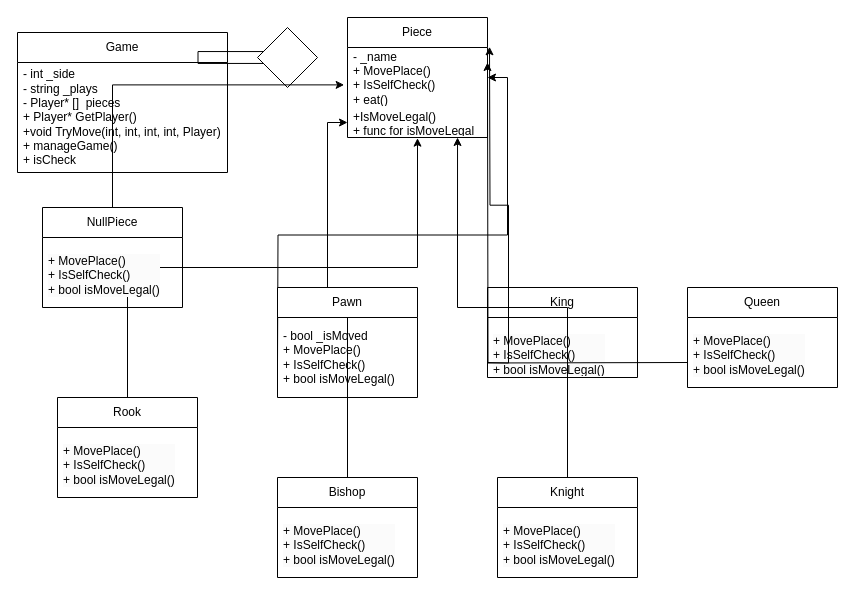
Earlier version of the draw.io diagram desing.drawio (YaelB2111/Check-Mate_project). Source tidied: cells renumbered, new cells numbered last; positions are measured from the earlier drawing's top-left corner, leaving out a move shared by most shapes. Both pictures are drawn from the tidied source at 100%, with x=0, y=0 at pixel (17, 17).
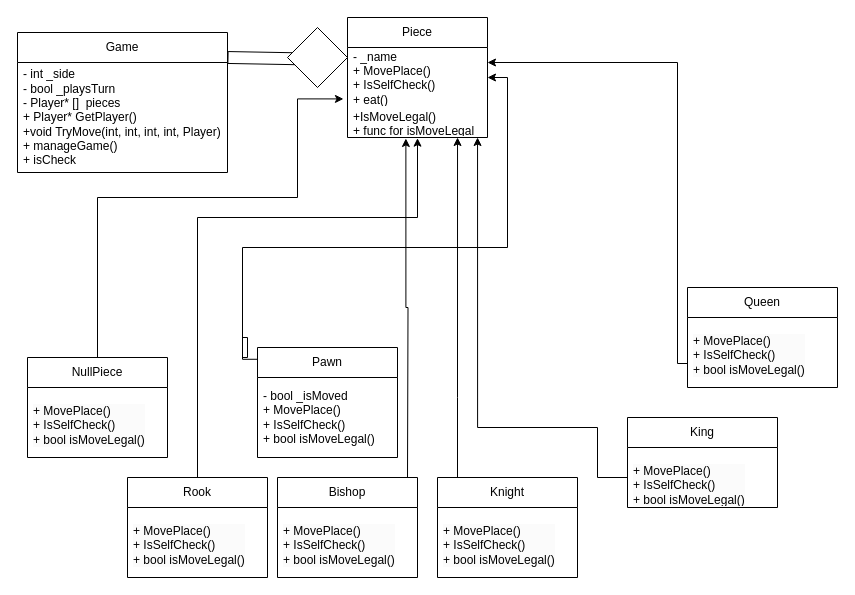
Above is the later version.

Unchanged cells that the change refers to:
```xml
<mxCell id="3" value="&lt;div&gt;- _name&lt;/div&gt;+ MovePlace()&lt;div&gt;+ IsSelfCheck()&lt;/div&gt;&lt;div&gt;+ eat()&lt;/div&gt;" style="text;strokeColor=none;fillColor=none;align=left;verticalAlign=middle;spacingLeft=4;spacingRight=4;overflow=hidden;points=[[0,0.5],[1,0.5]];portConstraint=eastwest;whiteSpace=wrap;html=1;" parent="2" vertex="1">
  <mxGeometry y="30" width="140" height="60" as="geometry" />
</mxCell>
<mxCell id="4" value="+IsMoveLegal()&lt;div&gt;+ func for isMoveLegal&lt;/div&gt;" style="text;strokeColor=none;fillColor=none;align=left;verticalAlign=middle;spacingLeft=4;spacingRight=4;overflow=hidden;points=[[0,0.5],[1,0.5]];portConstraint=eastwest;whiteSpace=wrap;html=1;" parent="2" vertex="1">
  <mxGeometry y="90" width="140" height="30" as="geometry" />
</mxCell>
<mxCell id="6" value="&#10;&lt;div style=&quot;forced-color-adjust: none; color: rgb(0, 0, 0); font-family: Helvetica; font-size: 12px; font-style: normal; font-variant-ligatures: normal; font-variant-caps: normal; font-weight: 400; letter-spacing: normal; orphans: 2; text-align: left; text-indent: 0px; text-transform: none; widows: 2; word-spacing: 0px; -webkit-text-stroke-width: 0px; white-space: normal; background-color: rgb(251, 251, 251); text-decoration-thickness: initial; text-decoration-style: initial; text-decoration-color: initial;&quot;&gt;+ MovePlace()&lt;div style=&quot;forced-color-adjust: none;&quot;&gt;+ IsSelfCheck()&lt;/div&gt;&lt;/div&gt;&lt;div style=&quot;forced-color-adjust: none; color: rgb(0, 0, 0); font-family: Helvetica; font-size: 12px; font-style: normal; font-variant-ligatures: normal; font-variant-caps: normal; font-weight: 400; letter-spacing: normal; orphans: 2; text-align: left; text-indent: 0px; text-transform: none; widows: 2; word-spacing: 0px; -webkit-text-stroke-width: 0px; white-space: normal; background-color: rgb(251, 251, 251); text-decoration-thickness: initial; text-decoration-style: initial; text-decoration-color: initial;&quot;&gt;+ bool isMoveLegal()&lt;/div&gt;&#10;&#10;" style="text;strokeColor=none;fillColor=none;align=left;verticalAlign=middle;spacingLeft=4;spacingRight=4;overflow=hidden;points=[[0,0.5],[1,0.5]];portConstraint=eastwest;whiteSpace=wrap;html=1;" parent="5" vertex="1">
  <mxGeometry y="30" width="150" height="60" as="geometry" />
</mxCell>
<mxCell id="12" value="Bishop" style="swimlane;fontStyle=0;horizontal=1;startSize=30;whiteSpace=wrap;html=1;" parent="1" vertex="1">
  <mxGeometry x="260" y="460" width="140" height="100" as="geometry" />
</mxCell>
<mxCell id="23" value="Game" style="swimlane;fontStyle=0;horizontal=1;startSize=30;whiteSpace=wrap;html=1;" parent="1" vertex="1">
  <mxGeometry y="15" width="210" height="140" as="geometry" />
</mxCell>
```

Diff of the diagram source:
```diff
@@
     <mxCell id="5" value="King" style="swimlane;fontStyle=0;horizontal=1;startSize=30;whiteSpace=wrap;html=1;" parent="1" vertex="1">
-      <mxGeometry x="470" y="270" width="150" height="90" as="geometry" />
+      <mxGeometry x="610" y="400" width="150" height="90" as="geometry" />
     </mxCell>
@@
     <mxCell id="9" value="Rook" style="swimlane;fontStyle=0;horizontal=1;startSize=30;whiteSpace=wrap;html=1;" parent="1" vertex="1">
-      <mxGeometry x="40" y="380" width="140" height="100" as="geometry" />
+      <mxGeometry x="110" y="460" width="140" height="100" as="geometry" />
     </mxCell>
@@
-    <mxCell id="11" style="edgeStyle=orthogonalEdgeStyle;rounded=0;jettySize=auto;html=1;" parent="1" edge="1" source="12" target="4">
-      <mxGeometry relative="1" as="geometry" />
+    <mxCell id="11" style="edgeStyle=orthogonalEdgeStyle;rounded=0;jettySize=auto;html=1;entryX=0.417;entryY=1.033;entryDx=0;entryDy=0;entryPerimeter=0;" parent="1" edge="1" target="4">
+      <mxGeometry relative="1" as="geometry">
+        <mxPoint x="390" y="460" as="sourcePoint" />
+      </mxGeometry>
     </mxCell>
@@
     <mxCell id="14" style="edgeStyle=orthogonalEdgeStyle;rounded=0;jettySize=auto;html=1;entryX=0.786;entryY=1;entryDx=0;entryDy=0;entryPerimeter=0;" parent="1" edge="1" source="15" target="4">
-      <mxGeometry relative="1" as="geometry" />
+      <mxGeometry relative="1" as="geometry">
+        <Array as="points">
+          <mxPoint x="440" y="380" />
+          <mxPoint x="440" y="380" />
+        </Array>
+      </mxGeometry>
     </mxCell>
     <mxCell id="15" value="Knight" style="swimlane;fontStyle=0;horizontal=1;startSize=30;whiteSpace=wrap;html=1;" parent="1" vertex="1">
-      <mxGeometry x="480" y="460" width="140" height="100" as="geometry" />
+      <mxGeometry x="420" y="460" width="140" height="100" as="geometry" />
     </mxCell>
@@
-    <mxCell id="17" style="edgeStyle=orthogonalEdgeStyle;rounded=0;jettySize=auto;html=1;exitX=0;exitY=0.5;exitDx=0;exitDy=0;entryX=1;entryY=0.5;entryDx=0;entryDy=0;" parent="1" edge="1" target="3">
+    <mxCell id="17" style="edgeStyle=orthogonalEdgeStyle;rounded=0;jettySize=auto;html=1;exitX=0.02;exitY=0.107;exitDx=0;exitDy=0;entryX=1;entryY=0.5;entryDx=0;entryDy=0;exitPerimeter=0;" parent="1" edge="1" source="21" target="3">
       <mxGeometry relative="1" as="geometry">
-        <mxPoint x="260" y="345" as="sourcePoint" />
+        <Array as="points">
+          <mxPoint x="225" y="342" />
+          <mxPoint x="225" y="320" />
+          <mxPoint x="230" y="320" />
+          <mxPoint x="230" y="340" />
+          <mxPoint x="225" y="340" />
+          <mxPoint x="225" y="230" />
+          <mxPoint x="490" y="230" />
+          <mxPoint x="490" y="60" />
+        </Array>
       </mxGeometry>
     </mxCell>
     <mxCell id="18" style="edgeStyle=orthogonalEdgeStyle;rounded=0;jettySize=auto;html=1;entryX=0.5;entryY=1.022;entryDx=0;entryDy=0;entryPerimeter=0;" parent="1" edge="1" source="9" target="4">
-      <mxGeometry relative="1" as="geometry" />
+      <mxGeometry relative="1" as="geometry">
+        <Array as="points">
+          <mxPoint x="180" y="200" />
+          <mxPoint x="400" y="200" />
+        </Array>
+      </mxGeometry>
     </mxCell>
-    <mxCell id="19" style="edgeStyle=orthogonalEdgeStyle;rounded=0;orthogonalLoop=1;jettySize=auto;html=1;entryX=1.014;entryY=-0.022;entryDx=0;entryDy=0;entryPerimeter=0;" parent="1" edge="1">
+    <mxCell id="19" style="edgeStyle=orthogonalEdgeStyle;rounded=0;jettySize=auto;html=1;entryX=0.929;entryY=1;entryDx=0;entryDy=0;entryPerimeter=0;" parent="1" edge="1" source="6" target="4">
       <mxGeometry relative="1" as="geometry">
-        <mxPoint x="470" y="345" as="sourcePoint" />
-        <mxPoint x="472" y="29.3" as="targetPoint" />
+        <Array as="points">
+          <mxPoint x="580" y="460" />
+          <mxPoint x="580" y="410" />
+          <mxPoint x="460" y="410" />
+        </Array>
       </mxGeometry>
     </mxCell>
     <mxCell id="20" style="edgeStyle=orthogonalEdgeStyle;rounded=0;orthogonalLoop=1;jettySize=auto;html=1;entryX=1;entryY=0.5;entryDx=0;entryDy=0;" parent="1" edge="1">
       <mxGeometry relative="1" as="geometry">
         <mxPoint x="670" y="345" as="sourcePoint" />
         <mxPoint x="470" y="45" as="targetPoint" />
+        <Array as="points">
+          <mxPoint x="660" y="346" />
+          <mxPoint x="660" y="45" />
+        </Array>
       </mxGeometry>
     </mxCell>
     <mxCell id="21" value="Pawn" style="swimlane;fontStyle=0;horizontal=1;startSize=30;whiteSpace=wrap;html=1;" parent="1" vertex="1">
-      <mxGeometry x="260" y="270" width="140" height="110" as="geometry" />
+      <mxGeometry x="240" y="330" width="140" height="110" as="geometry" />
     </mxCell>
@@
-    <mxCell id="24" value="- int _side&lt;div&gt;- string _plays&lt;br&gt;&lt;div&gt;- Player* []&amp;nbsp; pieces&lt;/div&gt;&lt;div&gt;+ Player* GetPlayer()&lt;/div&gt;&lt;div&gt;+void TryMove(int, int,&amp;nbsp;&lt;span style=&quot;background-color: initial;&quot;&gt;int, int, Player&lt;/span&gt;&lt;span style=&quot;background-color: initial;&quot;&gt;)&lt;/span&gt;&lt;/div&gt;&lt;/div&gt;&lt;div&gt;+ manageGame()&lt;/div&gt;&lt;div&gt;+ isCheck&lt;/div&gt;" style="text;strokeColor=none;fillColor=none;align=left;verticalAlign=middle;spacingLeft=4;spacingRight=4;overflow=hidden;whiteSpace=wrap;html=1;" parent="23" vertex="1">
+    <mxCell id="24" value="- int _side&lt;div&gt;- bool _playsTurn&lt;br&gt;&lt;div&gt;- Player* []&amp;nbsp; pieces&lt;/div&gt;&lt;div&gt;+ Player* GetPlayer()&lt;/div&gt;&lt;div&gt;+void TryMove(int, int,&amp;nbsp;&lt;span style=&quot;background-color: initial;&quot;&gt;int, int, Player&lt;/span&gt;&lt;span style=&quot;background-color: initial;&quot;&gt;)&lt;/span&gt;&lt;/div&gt;&lt;/div&gt;&lt;div&gt;+ manageGame()&lt;/div&gt;&lt;div&gt;+ isCheck&lt;/div&gt;" style="text;strokeColor=none;fillColor=none;align=left;verticalAlign=middle;spacingLeft=4;spacingRight=4;overflow=hidden;whiteSpace=wrap;html=1;" parent="23" vertex="1">
       <mxGeometry y="30" width="210" height="110" as="geometry" />
     </mxCell>
-    <mxCell id="25" style="shape=flexArrow;endArrow=classic;html=1;rounded=0;width=11.904761904761905;endSize=9.3;" parent="1" edge="1">
-      <mxGeometry relative="1" as="geometry">
-        <mxPoint x="180" y="40" as="sourcePoint" />
-        <mxPoint x="300" y="40" as="targetPoint" />
-      </mxGeometry>
-    </mxCell>
-    <mxCell id="26" style="rhombus;whiteSpace=wrap;html=1;" parent="1" vertex="1">
-      <mxGeometry x="240" y="10" width="60" height="60" as="geometry" />
-    </mxCell>
     <mxCell id="27" value="NullPiece" style="swimlane;fontStyle=0;horizontal=1;startSize=30;whiteSpace=wrap;html=1;" parent="1" vertex="1">
-      <mxGeometry x="25" y="190" width="140" height="100" as="geometry" />
+      <mxGeometry x="10" y="340" width="140" height="100" as="geometry" />
     </mxCell>
@@
-    <mxCell id="29" style="edgeStyle=orthogonalEdgeStyle;rounded=0;jettySize=auto;html=1;entryX=-0.024;entryY=0.623;entryDx=0;entryDy=0;entryPerimeter=0;" parent="1" edge="1" source="27" target="3">
-      <mxGeometry relative="1" as="geometry" />
+    <mxCell id="29" style="edgeStyle=orthogonalEdgeStyle;rounded=0;jettySize=auto;html=1;entryX=-0.029;entryY=0.857;entryDx=0;entryDy=0;entryPerimeter=0;" parent="1" edge="1" source="27" target="3">
+      <mxGeometry relative="1" as="geometry">
+        <Array as="points">
+          <mxPoint x="80" y="180" />
+          <mxPoint x="280" y="180" />
+          <mxPoint x="280" y="81" />
+        </Array>
+      </mxGeometry>
     </mxCell>
+    <mxCell id="30" style="shape=flexArrow;endArrow=classic;html=1;rounded=0;width=11.904761904761905;endSize=9.3;" parent="1" edge="1">
+      <mxGeometry relative="1" as="geometry">
+        <mxPoint x="210" y="40" as="sourcePoint" />
+        <mxPoint x="320" y="42" as="targetPoint" />
+      </mxGeometry>
+    </mxCell>
+    <mxCell id="26" style="rhombus;whiteSpace=wrap;html=1;" parent="1" vertex="1">
+      <mxGeometry x="270" y="10" width="60" height="60" as="geometry" />
+    </mxCell>
```
